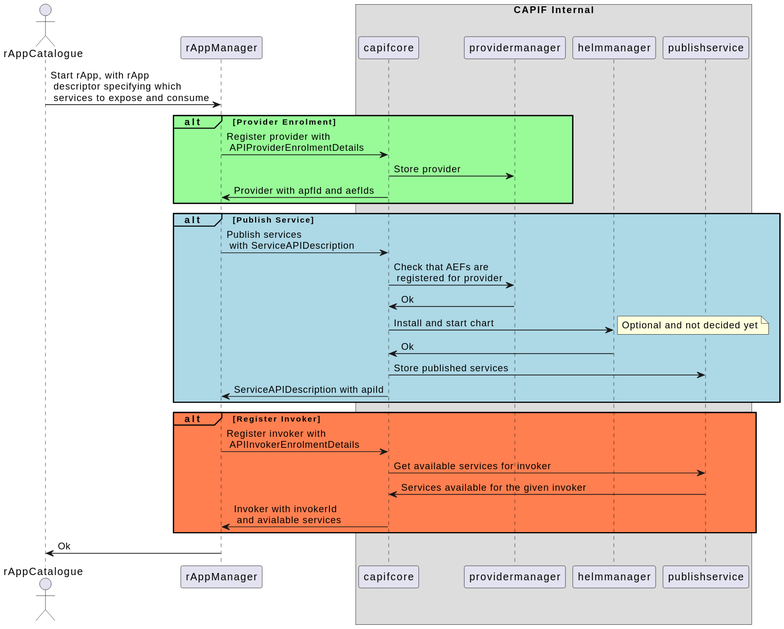
o-ran-sc/nonrtric-plt-sme keeps this PlantUML diagram as capifcore/docs/diagrams/Register Provider.svg. Above is the earlier version.
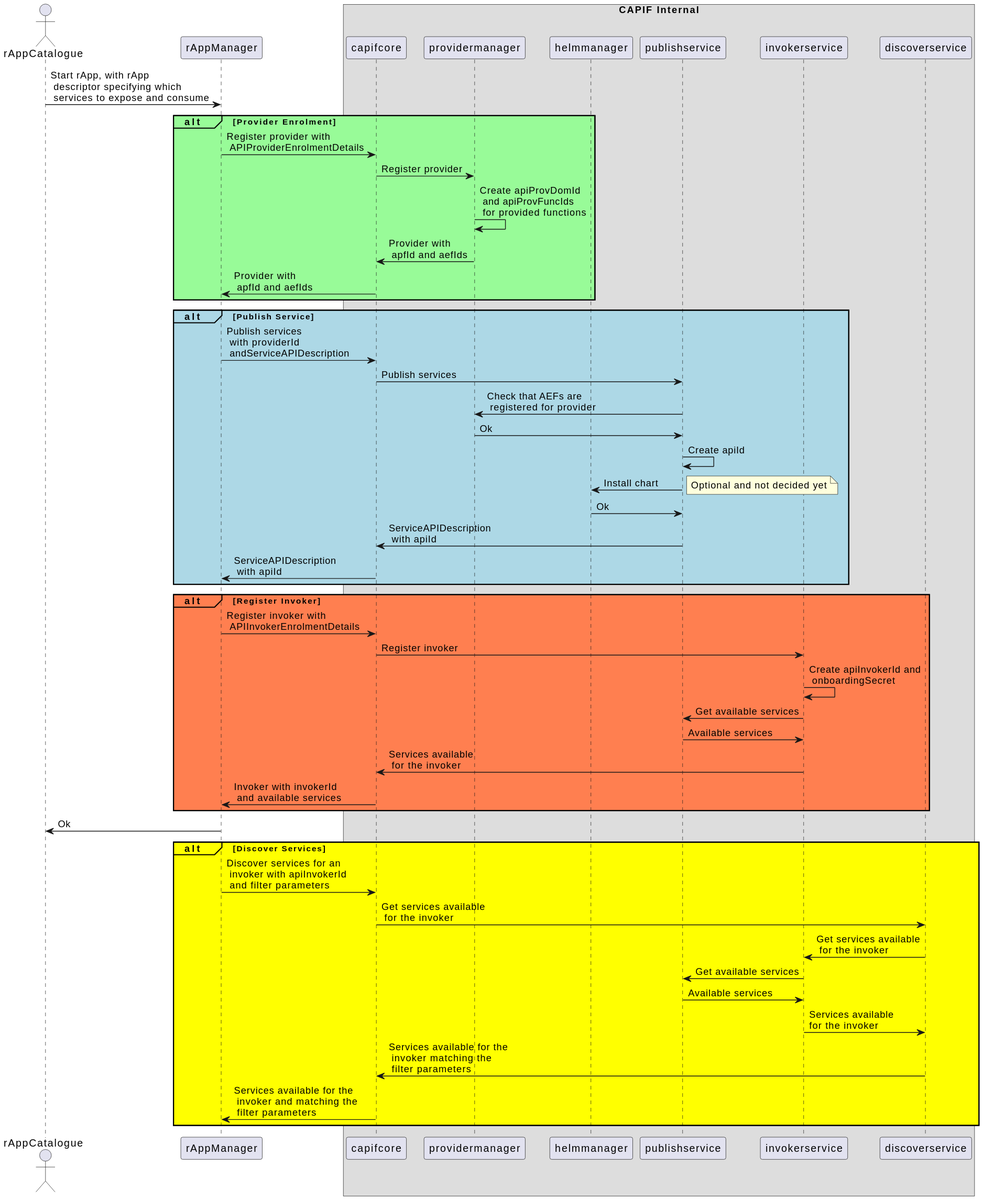
The same diagram one commit later.

What changed in the source:
```diff
@@ -6,29 +6,49 @@
 participant providermanager
 participant helmmanager
 participant publishservice
+participant invokerservice
+participant discoverservice
 end box
 
 rAppCatalogue->rAppManager: Start rApp, with rApp\n descriptor specifying which\n services to expose and consume
 alt#paleGreen #paleGreen Provider Enrolment
     rAppManager->capifcore: Register provider with\n APIProviderEnrolmentDetails
-    capifcore->providermanager:Store provider
-    capifcore->rAppManager: Provider with apfId and aefIds
+    capifcore->providermanager:Register provider
+    providermanager->providermanager: Create apiProvDomId\n and apiProvFuncIds\n for provided functions
+    providermanager->capifcore: Provider with\n apfId and aefIds
+    capifcore->rAppManager: Provider with\n apfId and aefIds
 end
 alt#LightBlue #LightBlue Publish Service
-    rAppManager->capifcore: Publish services\n with ServiceAPIDescription
-    capifcore->providermanager: Check that AEFs are\n registered for provider
-    providermanager->capifcore: Ok
-    capifcore->helmmanager: Install and start chart
+    rAppManager->capifcore: Publish services\n with providerId\n andServiceAPIDescription
+    capifcore->publishservice: Publish services
+    publishservice->providermanager: Check that AEFs are\n registered for provider
+    providermanager->publishservice: Ok
+    publishservice->publishservice: Create apiId
+    publishservice->helmmanager: Install chart
     note right: Optional and not decided yet
-    helmmanager->capifcore: Ok
-    capifcore->publishservice: Store published services
-    capifcore->rAppManager: ServiceAPIDescription with apiId
+    helmmanager->publishservice: Ok
+    publishservice->capifcore: ServiceAPIDescription\n with apiId
+    capifcore->rAppManager: ServiceAPIDescription\n with apiId
 end
 alt#coral #coral Register Invoker
     rAppManager->capifcore: Register invoker with\n APIInvokerEnrolmentDetails
-    capifcore->publishservice:Get available services for invoker
-    publishservice->capifcore: Services available for the given invoker
-    capifcore->rAppManager: Invoker with invokerId\n and avialable services
+    capifcore->invokerservice: Register invoker
+    invokerservice->invokerservice: Create apiInvokerId and\n onboardingSecret
+    invokerservice->publishservice: Get available services
+    publishservice->invokerservice: Available services
+    invokerservice->capifcore: Services available\n for the invoker
+    capifcore->rAppManager: Invoker with invokerId\n and available services
 end
 rAppManager->rAppCatalogue: Ok
+
+alt#Yellow #Yellow Discover Services
+    rAppManager->capifcore: Discover services for an\n invoker with apiInvokerId\n and filter parameters
+    capifcore->discoverservice: Get services available\n for the invoker
+    discoverservice->invokerservice: Get services available\n for the invoker
+    invokerservice->publishservice: Get available services
+    publishservice->invokerservice: Available services
+    invokerservice->discoverservice: Services available \nfor the invoker
+    discoverservice->capifcore: Services available for the\n invoker matching the\n filter parameters
+    capifcore->rAppManager: Services available for the\n invoker and matching the\n filter parameters
+end
 @enduml
```
